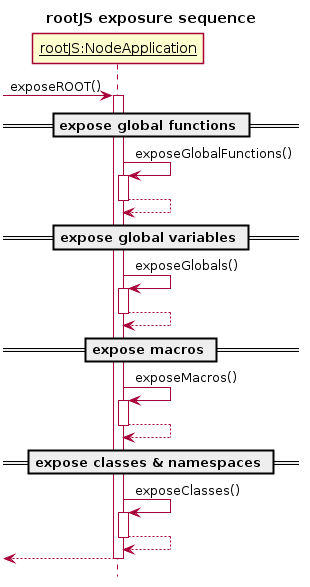
Above: presentation/resources/exposureSequence.png in rootjs/design (PlantUML), before the change.
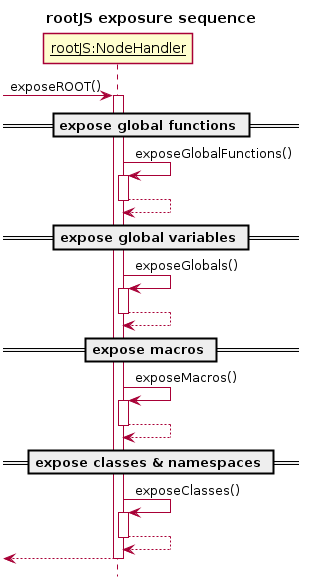
Later version of the same file.

Change to the diagram source:
```diff
@@ -10,7 +10,7 @@
 
 title rootJS exposure sequence
 
-participant "<u>rootJS:NodeApplication</u>" as rootJS
+participant "<u>rootJS:NodeHandler</u>" as rootJS
 
 
 [-> rootJS: exposeROOT()
```
